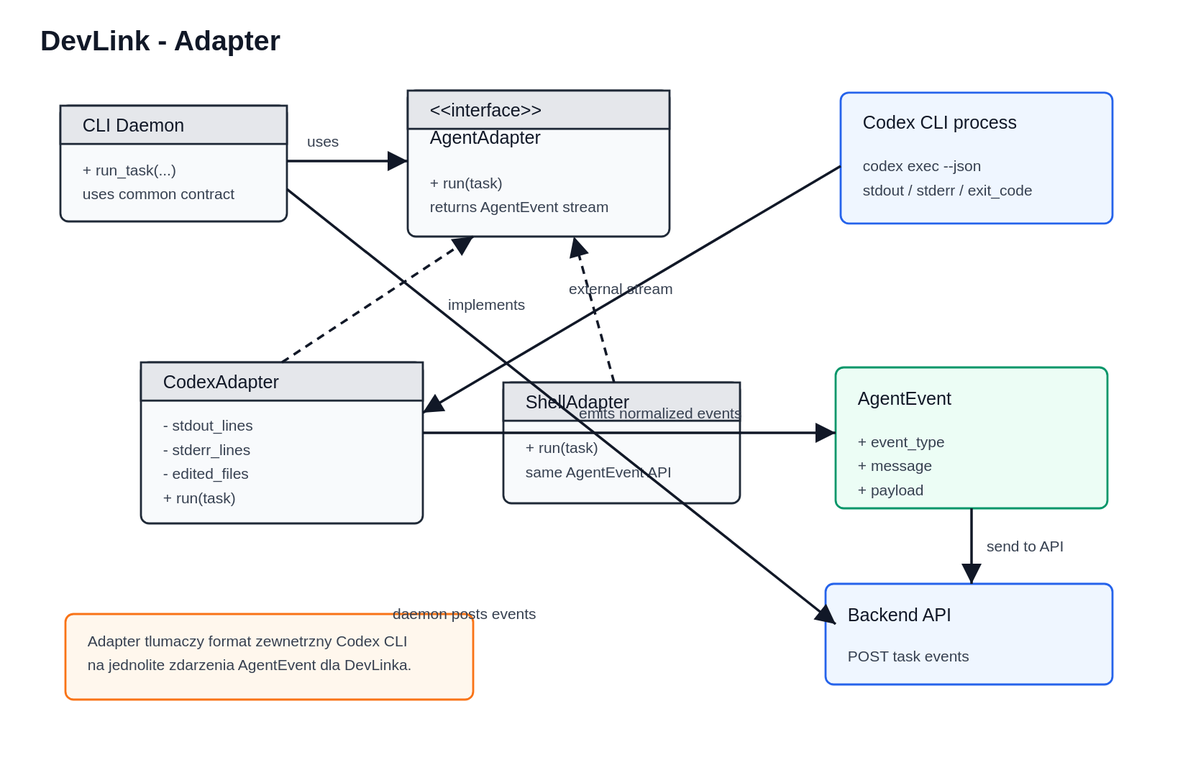
This is docs/patterns/adapter/adapter.svg from Adam903PL/codex-mobile, a PlantUML export, as it was before one commit. Its source is kept beside it as docs/patterns/adapter/adapter.puml. The source it was exported from:
```plantuml
@startuml
title DevLink - Adapter (wzorzec strukturalny)

skinparam classAttributeIconSize 0
skinparam shadowing false
skinparam packageStyle rectangle

class "CLI Daemon" as Daemon {
  +run_task(client, task_payload)
}

interface AgentAdapter {
  +run(task: AgentTask): AsyncIterator<AgentEvent>
}

class CodexAdapter {
  -stdout_lines: list
  -stderr_lines: list
  -assistant_messages: list
  -edited_files: list
  +run(task: AgentTask): AsyncIterator<AgentEvent>
}

class ShellAdapter {
  +run(task: AgentTask): AsyncIterator<AgentEvent>
}

class AgentTask {
  +id: str
  +prompt: str
  +project_path: str
  +model: str
  +approval_policy: str
}

class AgentEvent {
  +event_type: str
  +message: str
  +payload: dict
}

class "Codex CLI process" as CodexProcess {
  +codex exec --json
  +stdout
  +stderr
  +exit_code
}

class "Backend API" as BackendApi {
  +POST /api/cli/tasks/{id}/events/
  +PATCH /api/cli/tasks/{id}/
}

Daemon --> AgentAdapter : uses common contract
Daemon --> BackendApi : sends AgentEvent

CodexAdapter ..|> AgentAdapter
ShellAdapter ..|> AgentAdapter

CodexAdapter --> CodexProcess : adapts external output
CodexAdapter --> AgentEvent : emits normalized events
ShellAdapter --> AgentEvent : emits normalized events

AgentAdapter --> AgentTask : consumes
AgentAdapter --> AgentEvent : produces

note right of CodexAdapter
Adapter zamienia stdout/stderr
i JSON stream z Codex CLI
na wspolny format AgentEvent.
end note

@enduml
```
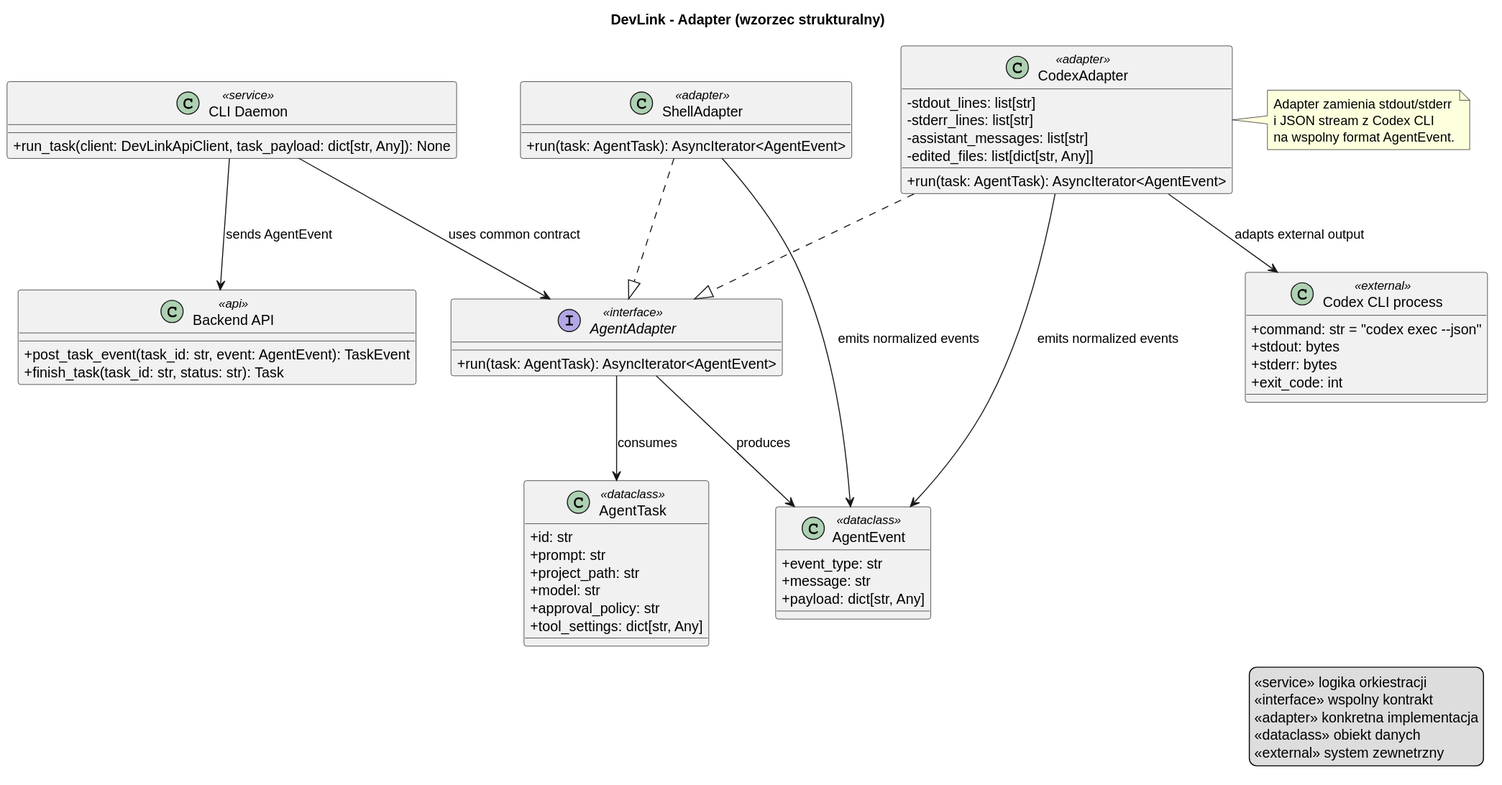
After the change.

What changed in the source:
```diff
@@ -5,50 +5,51 @@
 skinparam shadowing false
 skinparam packageStyle rectangle
 
-class "CLI Daemon" as Daemon {
-  +run_task(client, task_payload)
+class "CLI Daemon" as Daemon <<service>> {
+  +run_task(client: DevLinkApiClient, task_payload: dict[str, Any]): None
 }
 
-interface AgentAdapter {
+interface AgentAdapter <<interface>> {
   +run(task: AgentTask): AsyncIterator<AgentEvent>
 }
 
-class CodexAdapter {
-  -stdout_lines: list
-  -stderr_lines: list
-  -assistant_messages: list
-  -edited_files: list
+class CodexAdapter <<adapter>> {
+  -stdout_lines: list[str]
+  -stderr_lines: list[str]
+  -assistant_messages: list[str]
+  -edited_files: list[dict[str, Any]]
   +run(task: AgentTask): AsyncIterator<AgentEvent>
 }
 
-class ShellAdapter {
+class ShellAdapter <<adapter>> {
   +run(task: AgentTask): AsyncIterator<AgentEvent>
 }
 
-class AgentTask {
+class AgentTask <<dataclass>> {
   +id: str
   +prompt: str
   +project_path: str
   +model: str
   +approval_policy: str
+  +tool_settings: dict[str, Any]
 }
 
-class AgentEvent {
+class AgentEvent <<dataclass>> {
   +event_type: str
   +message: str
-  +payload: dict
+  +payload: dict[str, Any]
 }
 
-class "Codex CLI process" as CodexProcess {
-  +codex exec --json
-  +stdout
-  +stderr
-  +exit_code
+class "Codex CLI process" as CodexProcess <<external>> {
+  +command: str = "codex exec --json"
+  +stdout: bytes
+  +stderr: bytes
+  +exit_code: int
 }
 
-class "Backend API" as BackendApi {
-  +POST /api/cli/tasks/{id}/events/
-  +PATCH /api/cli/tasks/{id}/
+class "Backend API" as BackendApi <<api>> {
+  +post_task_event(task_id: str, event: AgentEvent): TaskEvent
+  +finish_task(task_id: str, status: str): Task
 }
 
 Daemon --> AgentAdapter : uses common contract
@@ -70,4 +71,12 @@
 na wspolny format AgentEvent.
 end note
 
+legend right
+  <<service>> logika orkiestracji
+  <<interface>> wspolny kontrakt
+  <<adapter>> konkretna implementacja
+  <<dataclass>> obiekt danych
+  <<external>> system zewnetrzny
+endlegend
+
 @enduml
```
